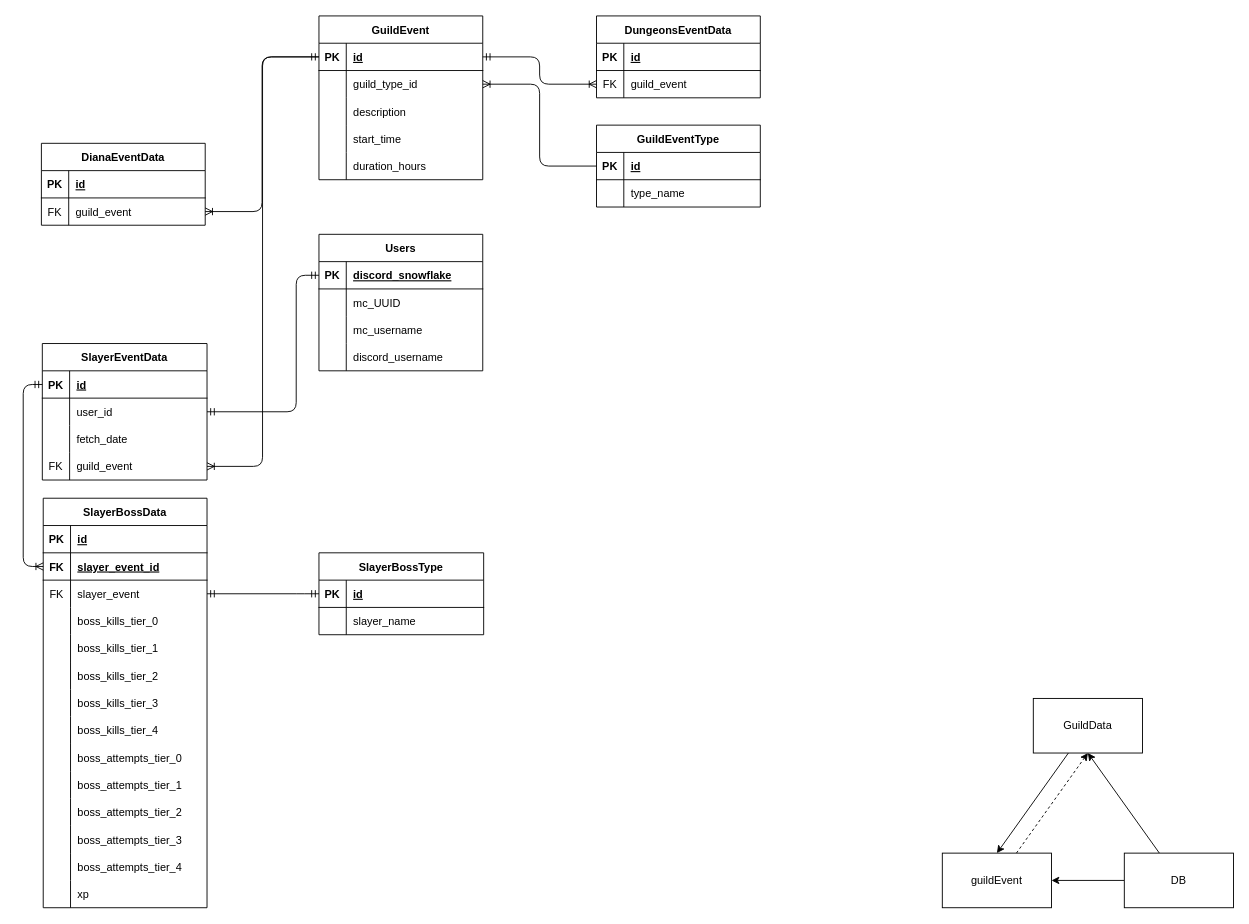
This is documentation/er.drawio from ItsLukV/Guild-bot, a draw.io file, before an edit. Source tidied: cells renumbered, new cells numbered last; positions are measured from the earlier drawing's top-left corner, leaving out a move shared by most shapes. Both pictures are drawn from the tidied source at 91%, with x=0, y=0 at pixel (23, 15).
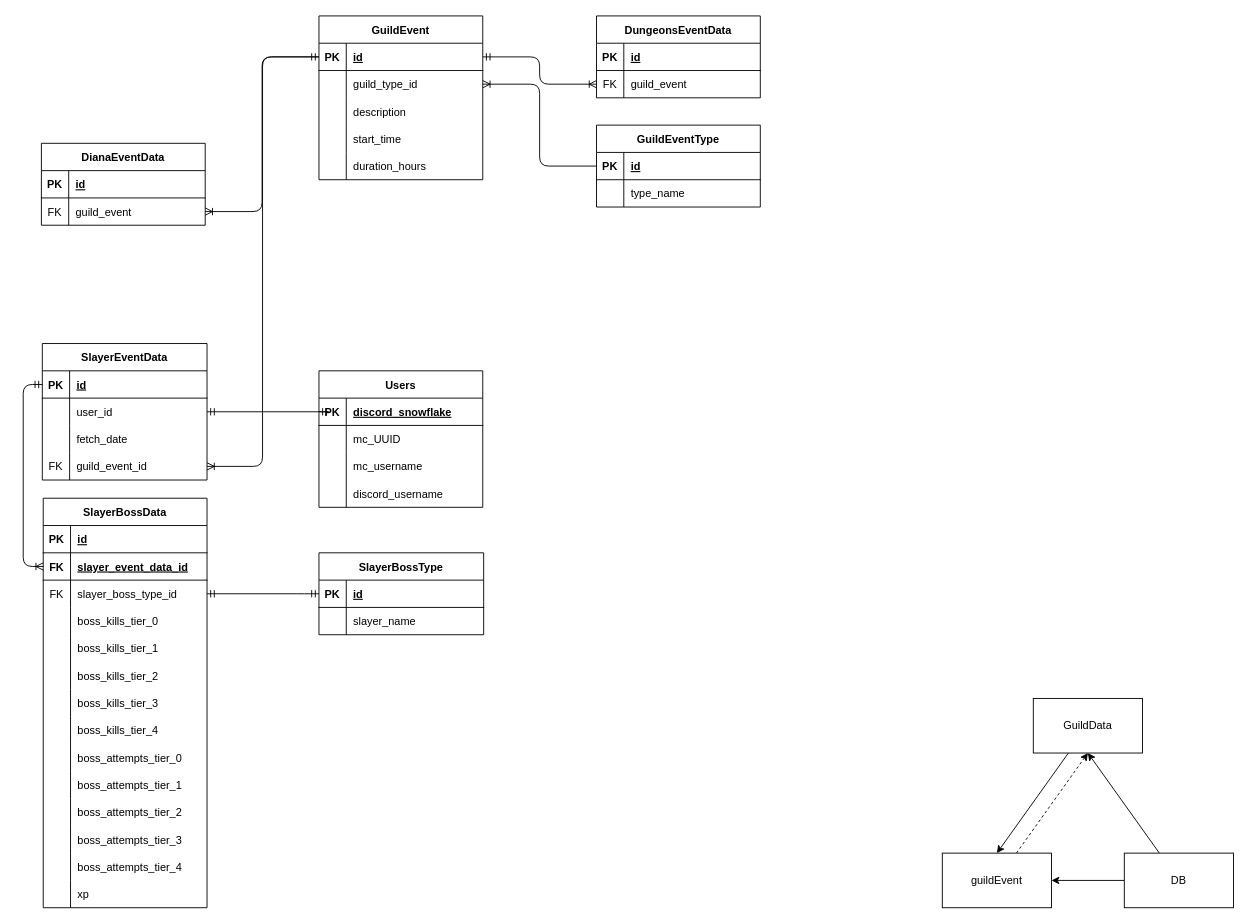
After the change.

Unchanged cells that the change refers to:
```xml
<mxCell id="3" style="shape=tableRow;horizontal=0;startSize=0;swimlaneHead=0;swimlaneBody=0;fillColor=none;points=[[0,0.5],[1,0.5]];portConstraint=eastwest;top=0;left=0;right=0;bottom=1;" parent="2" vertex="1">
  <mxGeometry y="30" width="180" height="30" as="geometry" />
</mxCell>
<mxCell id="50" style="shape=tableRow;horizontal=0;startSize=0;swimlaneHead=0;swimlaneBody=0;fillColor=none;points=[[0,0.5],[1,0.5]];portConstraint=eastwest;top=0;left=0;right=0;bottom=0;" parent="46" vertex="1">
  <mxGeometry y="60" width="181" height="30" as="geometry" />
</mxCell>
<mxCell id="56" style="shape=tableRow;horizontal=0;startSize=0;swimlaneHead=0;swimlaneBody=0;fillColor=none;points=[[0,0.5],[1,0.5]];portConstraint=eastwest;top=0;left=0;right=0;bottom=0;" parent="46" vertex="1">
  <mxGeometry y="120" width="181" height="30" as="geometry" />
</mxCell>
<mxCell id="73" style="shape=tableRow;horizontal=0;startSize=0;swimlaneHead=0;swimlaneBody=0;fillColor=none;points=[[0,0.5],[1,0.5]];portConstraint=eastwest;top=0;left=0;right=0;bottom=1;" parent="69" vertex="1">
  <mxGeometry y="60" width="180" height="30" as="geometry" />
</mxCell>
<mxCell id="76" style="shape=tableRow;horizontal=0;startSize=0;swimlaneHead=0;swimlaneBody=0;fillColor=none;points=[[0,0.5],[1,0.5]];portConstraint=eastwest;top=0;left=0;right=0;bottom=0;" parent="69" vertex="1">
  <mxGeometry y="90" width="180" height="30" as="geometry" />
</mxCell>
```

The edit, as a diff of the source:
```diff
@@
     <mxCell id="2" value="Users" style="shape=table;startSize=30;childLayout=tableLayout;rowLines=0;fontStyle=1;align=center;" parent="1" vertex="1">
-      <mxGeometry x="325" y="240" width="180" height="150" as="geometry" />
+      <mxGeometry x="325" y="390" width="180" height="150" as="geometry" />
     </mxCell>
@@
-    <mxCell id="58" value="guild_event" style="shape=partialRectangle;fillColor=none;top=0;left=0;bottom=0;right=0;align=left;spacingLeft=6;overflow=hidden;" parent="56" vertex="1">
+    <mxCell id="58" value="guild_event_id" style="shape=partialRectangle;fillColor=none;top=0;left=0;bottom=0;right=0;align=left;spacingLeft=6;overflow=hidden;" parent="56" vertex="1">
       <mxGeometry x="30" width="151" height="30" as="geometry" />
     </mxCell>
@@
-    <mxCell id="75" value="slayer_event_id" style="shape=partialRectangle;fillColor=none;top=0;left=0;bottom=0;right=0;align=left;spacingLeft=6;fontStyle=5;overflow=hidden;" parent="73" vertex="1">
+    <mxCell id="75" value="slayer_event_data_id" style="shape=partialRectangle;fillColor=none;top=0;left=0;bottom=0;right=0;align=left;spacingLeft=6;fontStyle=5;overflow=hidden;" parent="73" vertex="1">
       <mxGeometry x="30" width="150" height="30" as="geometry" />
     </mxCell>
@@
-    <mxCell id="78" value="slayer_event" style="shape=partialRectangle;fillColor=none;top=0;left=0;bottom=0;right=0;align=left;spacingLeft=6;overflow=hidden;" parent="76" vertex="1">
+    <mxCell id="78" value="slayer_boss_type_id" style="shape=partialRectangle;fillColor=none;top=0;left=0;bottom=0;right=0;align=left;spacingLeft=6;overflow=hidden;" parent="76" vertex="1">
       <mxGeometry x="30" width="150" height="30" as="geometry" />
     </mxCell>
@@
     <mxCell id="113" style="edgeStyle=orthogonalEdgeStyle;fontSize=12;html=1;endArrow=ERmandOne;startArrow=ERmandOne;entryX=1;entryY=0.5;entryDx=0;entryDy=0;exitX=0;exitY=0.5;exitDx=0;exitDy=0;rounded=1;" parent="1" edge="1" source="3" target="50">
       <mxGeometry relative="1" as="geometry">
         <Array as="points">
-          <mxPoint x="300" y="285" />
-          <mxPoint x="300" y="435" />
+          <mxPoint x="340" y="435" />
         </Array>
       </mxGeometry>
     </mxCell>
```
